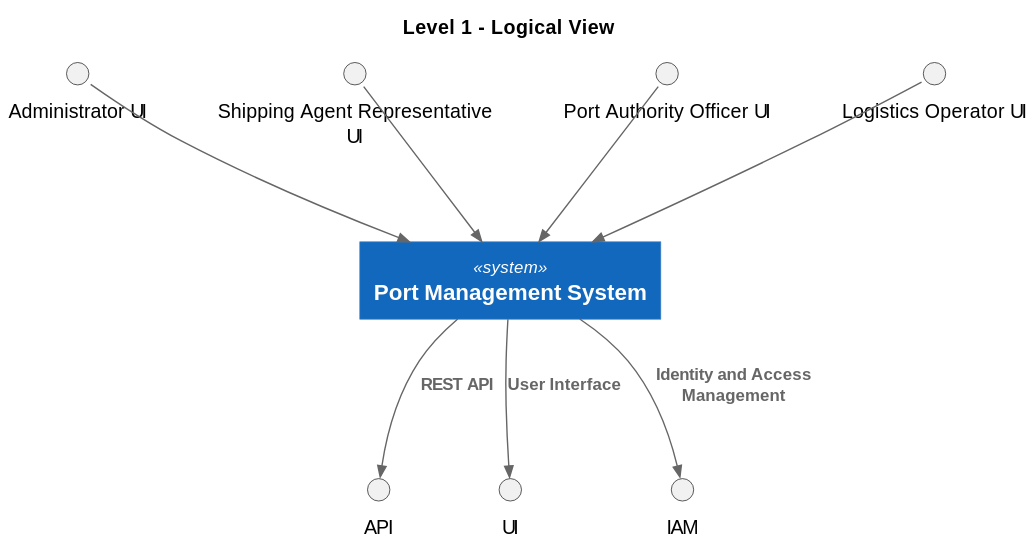
Earlier version of the PlantUML export docs/sprint2/level1/logical_view/logical_view.svg (Departamento-de-Engenharia-Informatica/LEI-SEM5-PI-2025-26-3DK-04).
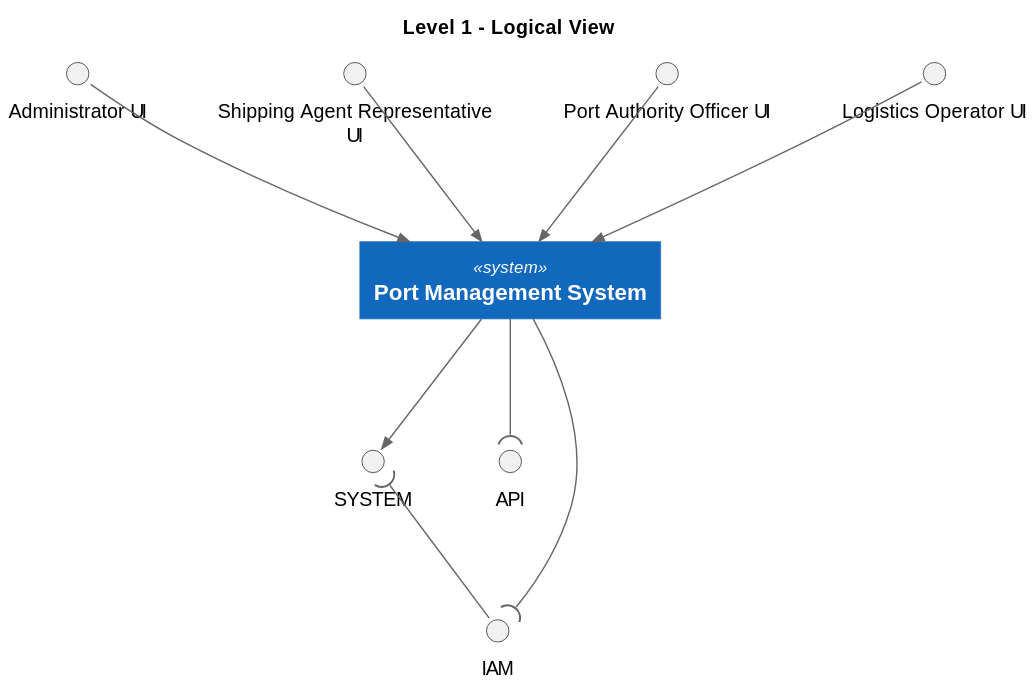
After the commit.

Commit message:
updating level 1 logical view, level 3 implementation view #76 #78

Diff of the diagram source:
```diff
@@ -11,15 +11,16 @@
 System(pms, "Port Management System")
 
 interface "API" as apiIF
-interface "UI" as uiIF
 interface "IAM" as iamIF
+interface "SYSTEM" as sysIF
 
 Rel(admin,   pms, "")
 Rel(agent,   pms, "")
 Rel(officer, pms, "")
 Rel(operator,pms, "")
+Rel(pms, sysIF, "")
 
-Rel(pms,     apiIF, "REST API")
-Rel(pms,     uiIF, "User Interface")
-Rel(pms,     iamIF, "Identity and Access Management")
+pms -down-( apiIF
+pms -down-( iamIF
+iamIF -up-( sysIF
 @enduml
```
